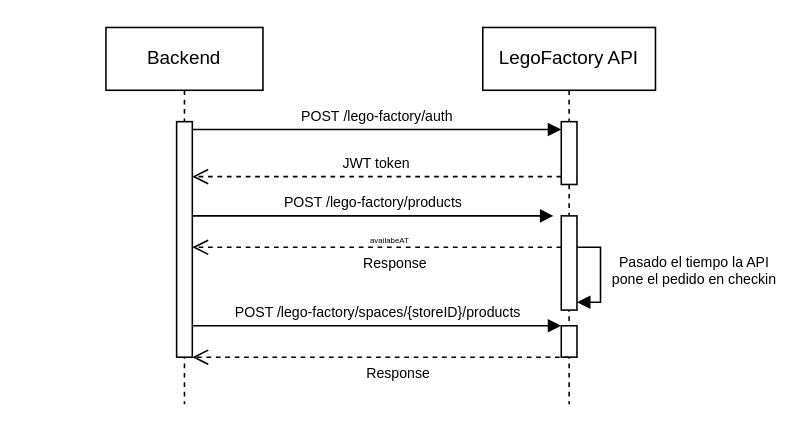
mariasofiawahl/tinteg keeps this draw.io diagram as Diagramaprocesoabastecimiento.drawio. Above is the earlier version. Source tidied: cells renumbered, new cells numbered last; positions are measured from the earlier drawing's top-left corner, leaving out a move shared by most shapes. Both pictures are drawn from the tidied source at 157%, with x=0, y=0 at pixel (105, 27).
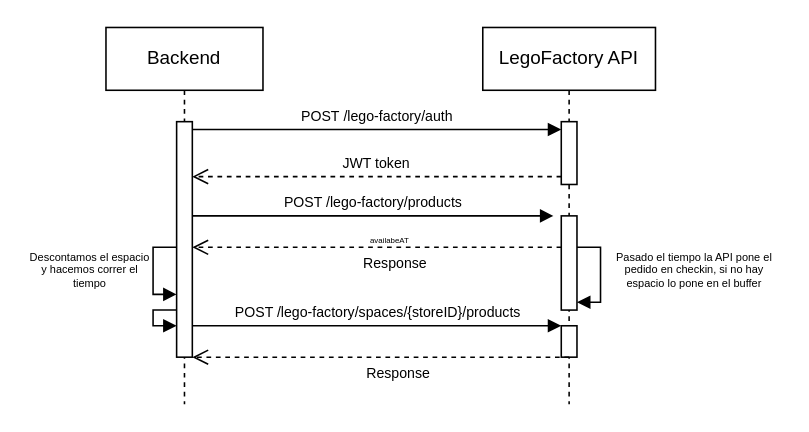
After the change.

Unchanged cells that the change refers to:
```xml
<mxCell id="6" value="Backend" style="shape=umlLifeline;perimeter=lifelinePerimeter;whiteSpace=wrap;html=1;newEdgeStyle={&quot;edgeStyle&quot;:&quot;elbowEdgeStyle&quot;,&quot;elbow&quot;:&quot;vertical&quot;,&quot;curved&quot;:0,&quot;rounded&quot;:0};" parent="1" vertex="1">
  <mxGeometry width="100" height="240" as="geometry" />
</mxCell>
<mxCell id="7" style="html=1;points=[[0,0,0,0,5],[0,1,0,0,-5],[1,0,0,0,5],[1,1,0,0,-5]];perimeter=orthogonalPerimeter;outlineConnect=0;targetShapes=umlLifeline;portConstraint=eastwest;newEdgeStyle={&quot;curved&quot;:0,&quot;rounded&quot;:0};" parent="6" vertex="1">
  <mxGeometry x="45" y="60" width="10" height="150" as="geometry" />
</mxCell>
```

The edit, as a diff of the source:
```diff
@@
+    <mxCell id="19" style="html=1;verticalAlign=bottom;endArrow=block;curved=0;rounded=0;" parent="6" edge="1" source="7" target="7">
+      <mxGeometry x="1" y="20" relative="1" as="geometry">
+        <Array as="points">
+          <mxPoint x="30" y="140" />
+          <mxPoint x="30" y="150" />
+          <mxPoint x="30" y="160" />
+          <mxPoint x="30" y="170" />
+        </Array>
+        <mxPoint x="-20" y="-20" as="offset" />
+      </mxGeometry>
+    </mxCell>
@@
-    <mxCell id="18" value="Pasado el tiempo la API pone el pedido en checkin" style="text;html=1;whiteSpace=wrap;strokeColor=none;fillColor=none;align=center;verticalAlign=middle;rounded=0;fontSize=9;" parent="1" vertex="1">
+    <mxCell id="18" value="Pasado el tiempo la API pone el pedido en checkin, si no hay espacio lo pone en el buffer" style="text;html=1;whiteSpace=wrap;strokeColor=none;fillColor=none;align=center;verticalAlign=middle;rounded=0;fontSize=7;" parent="1" vertex="1">
       <mxGeometry x="320" y="140" width="110" height="30" as="geometry" />
     </mxCell>
+    <mxCell id="20" value="Descontamos el espacio y hacemos correr el tiempo" style="text;html=1;whiteSpace=wrap;strokeColor=none;fillColor=none;align=center;verticalAlign=middle;rounded=0;fontSize=7;" parent="1" vertex="1">
+      <mxGeometry x="-50" y="140" width="80" height="30" as="geometry" />
+    </mxCell>
+    <mxCell id="21" style="html=1;verticalAlign=bottom;endArrow=block;curved=0;rounded=0;" parent="1" edge="1" target="7">
+      <mxGeometry x="1" y="20" relative="1" as="geometry">
+        <mxPoint x="45" y="180" as="sourcePoint" />
+        <Array as="points">
+          <mxPoint x="30" y="180" />
+          <mxPoint x="30" y="190" />
+          <mxPoint x="40" y="190" />
+        </Array>
+        <mxPoint x="-20" y="-20" as="offset" />
+      </mxGeometry>
+    </mxCell>
```
